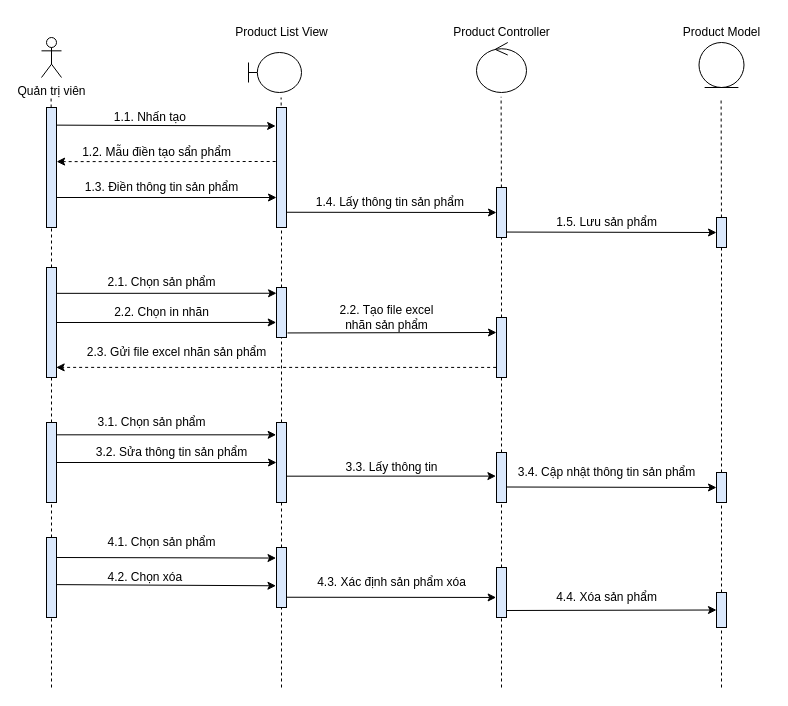
Before: Nam3_HK1/CNPM_SoftTech/Sequence Diagrams/Quân Huỳnh/SD_QuảnLýSảnPhẩm.drawio in EdgarIgnite16/SGU-Course, a draw.io diagram. Source tidied: cells renumbered, new cells numbered last; positions are measured from the earlier drawing's top-left corner, leaving out a move shared by most shapes. Both pictures are drawn from the tidied source at 100%, with x=0, y=0 at pixel (41, 17).
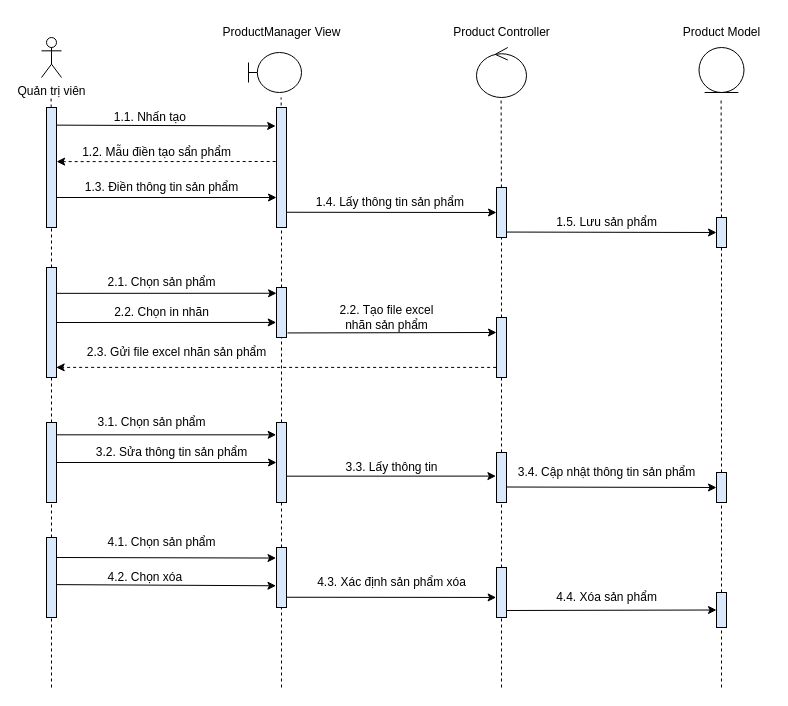
Above is the later version.

The edit, as a diff of the source:
```diff
@@
-    <mxCell id="17" value="Product List View" style="text;html=1;align=center;verticalAlign=middle;strokeColor=none;fillColor=none;" parent="1" vertex="1">
-      <mxGeometry x="180" width="120" height="30" as="geometry" />
+    <mxCell id="17" value="ProductManager View" style="text;html=1;align=center;verticalAlign=middle;strokeColor=none;fillColor=none;" parent="1" vertex="1">
+      <mxGeometry x="175" y="5" width="130" height="20" as="geometry" />
     </mxCell>
@@
     <mxCell id="19" style="ellipse;shape=umlControl;whiteSpace=wrap;html=1;" parent="1" vertex="1">
-      <mxGeometry x="435" y="25" width="50" height="50" as="geometry" />
+      <mxGeometry x="435" y="30" width="50" height="50" as="geometry" />
     </mxCell>
@@
     <mxCell id="21" style="ellipse;shape=umlEntity;whiteSpace=wrap;html=1;" parent="1" vertex="1">
-      <mxGeometry x="657.5" y="25" width="45" height="45" as="geometry" />
+      <mxGeometry x="657.5" y="30" width="45" height="45" as="geometry" />
     </mxCell>
```
